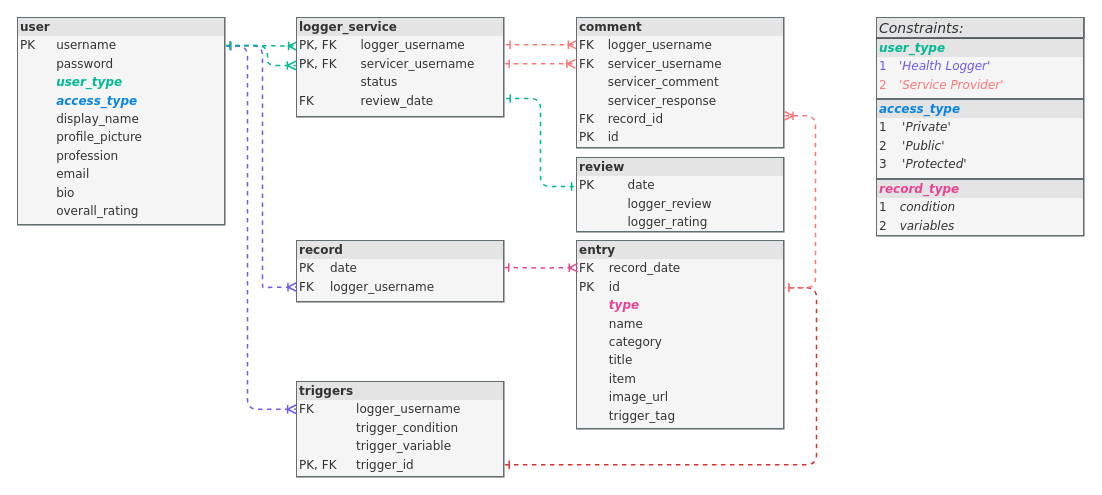
Earlier version of the draw.io diagram diagrams/database/database_tables_relationships - recordpk.drawio (mervin-njy/trigg-track-v2). Source tidied: cells renumbered, new cells numbered last; positions are measured from the earlier drawing's top-left corner, leaving out a move shared by most shapes. Both pictures are drawn from the tidied source at 100%, with x=0, y=0 at pixel (17, 17).
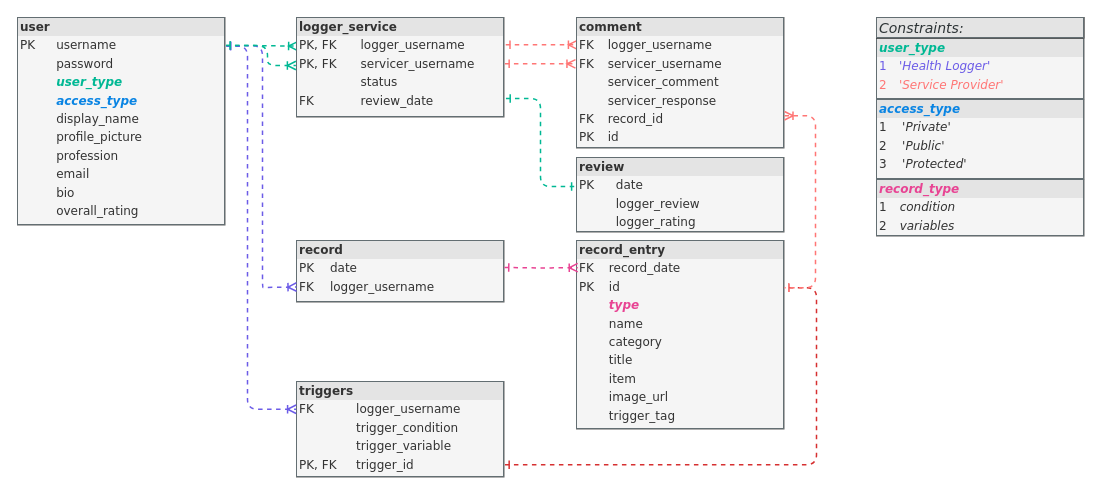
Above is the later version.

Commit message (it also covers changes not shown here):
update record + record_entry tables

What changed in the source:
```diff
@@
-    <mxCell id="4" value="&lt;div style=&quot;box-sizing: border-box ; width: 100% ; background: #e4e4e4 ; padding: 2px&quot;&gt;&lt;b&gt;review&lt;/b&gt;&lt;/div&gt;&lt;table style=&quot;width: 100% ; font-size: 1em&quot; cellpadding=&quot;2&quot; cellspacing=&quot;0&quot;&gt;&lt;tbody&gt;&lt;tr&gt;&lt;td&gt;PK&lt;/td&gt;&lt;td&gt;&lt;br&gt;&lt;/td&gt;&lt;td&gt;&lt;br&gt;&lt;/td&gt;&lt;td&gt;date&lt;/td&gt;&lt;/tr&gt;&lt;tr&gt;&lt;td&gt;&lt;br&gt;&lt;/td&gt;&lt;td&gt;&lt;br&gt;&lt;/td&gt;&lt;td&gt;&lt;br&gt;&lt;/td&gt;&lt;td&gt;logger_review&lt;br&gt;&lt;/td&gt;&lt;/tr&gt;&lt;tr&gt;&lt;td&gt;&lt;/td&gt;&lt;td&gt;&lt;br&gt;&lt;/td&gt;&lt;td&gt;&lt;br&gt;&lt;/td&gt;&lt;td&gt;logger_rating&lt;/td&gt;&lt;/tr&gt;&lt;/tbody&gt;&lt;/table&gt;" style="verticalAlign=top;align=left;overflow=fill;html=1;rounded=0;shadow=0;comic=0;labelBackgroundColor=none;strokeWidth=0.5;fontFamily=Verdana;fontSize=12;fillColor=#f5f5f5;strokeColor=#666666;fontColor=#333333;labelBorderColor=#636e72;" parent="1" vertex="1">
+    <mxCell id="4" value="&lt;div style=&quot;box-sizing: border-box ; width: 100% ; background: #e4e4e4 ; padding: 2px&quot;&gt;&lt;b&gt;review&lt;/b&gt;&lt;/div&gt;&lt;table style=&quot;width: 100% ; font-size: 1em&quot; cellpadding=&quot;2&quot; cellspacing=&quot;0&quot;&gt;&lt;tbody&gt;&lt;tr&gt;&lt;td&gt;PK&lt;/td&gt;&lt;td&gt;date&lt;/td&gt;&lt;/tr&gt;&lt;tr&gt;&lt;td&gt;&lt;br&gt;&lt;/td&gt;&lt;td&gt;logger_review&lt;br&gt;&lt;/td&gt;&lt;/tr&gt;&lt;tr&gt;&lt;td&gt;&lt;/td&gt;&lt;td&gt;logger_rating&lt;/td&gt;&lt;/tr&gt;&lt;/tbody&gt;&lt;/table&gt;" style="verticalAlign=top;align=left;overflow=fill;html=1;rounded=0;shadow=0;comic=0;labelBackgroundColor=none;strokeWidth=0.5;fontFamily=Verdana;fontSize=12;fillColor=#f5f5f5;strokeColor=#666666;fontColor=#333333;labelBorderColor=#636e72;" parent="1" vertex="1">
       <mxGeometry x="559" y="140" width="208" height="75" as="geometry" />
     </mxCell>
@@
-    <mxCell id="14" value="&lt;div style=&quot;box-sizing: border-box ; width: 100% ; background: #e4e4e4 ; padding: 2px&quot;&gt;&lt;b&gt;entry&lt;/b&gt;&lt;/div&gt;&lt;table style=&quot;width: 100% ; font-size: 1em&quot; cellpadding=&quot;2&quot; cellspacing=&quot;0&quot;&gt;&lt;tbody&gt;&lt;tr&gt;&lt;td&gt;FK&lt;/td&gt;&lt;td&gt;record_date&lt;/td&gt;&lt;/tr&gt;&lt;tr&gt;&lt;td&gt;PK&lt;/td&gt;&lt;td&gt;id&lt;/td&gt;&lt;/tr&gt;&lt;tr&gt;&lt;td&gt;&lt;br&gt;&lt;/td&gt;&lt;td&gt;&lt;i&gt;&lt;b&gt;&lt;font color=&quot;#e84393&quot;&gt;type&lt;/font&gt;&lt;/b&gt;&lt;/i&gt;&lt;br&gt;&lt;/td&gt;&lt;/tr&gt;&lt;tr&gt;&lt;td&gt;&lt;br&gt;&lt;/td&gt;&lt;td&gt;name&lt;/td&gt;&lt;/tr&gt;&lt;tr&gt;&lt;td&gt;&lt;br&gt;&lt;/td&gt;&lt;td&gt;category&lt;/td&gt;&lt;/tr&gt;&lt;tr&gt;&lt;td&gt;&lt;br&gt;&lt;/td&gt;&lt;td&gt;title&lt;/td&gt;&lt;/tr&gt;&lt;tr&gt;&lt;td&gt;&lt;br&gt;&lt;/td&gt;&lt;td&gt;item&lt;br&gt;&lt;/td&gt;&lt;/tr&gt;&lt;tr&gt;&lt;td&gt;&lt;/td&gt;&lt;td&gt;image_url&amp;nbsp; &amp;nbsp; &amp;nbsp; &amp;nbsp; &amp;nbsp; &amp;nbsp; &amp;nbsp;&lt;/td&gt;&lt;/tr&gt;&lt;tr&gt;&lt;td&gt;&lt;br&gt;&lt;/td&gt;&lt;td&gt;trigger_tag&lt;/td&gt;&lt;/tr&gt;&lt;/tbody&gt;&lt;/table&gt;" style="verticalAlign=top;align=left;overflow=fill;html=1;rounded=0;shadow=0;comic=0;labelBackgroundColor=none;strokeWidth=0.5;fontFamily=Verdana;fontSize=12;fillColor=#f5f5f5;strokeColor=#666666;fontColor=#333333;labelBorderColor=#636e72;" parent="1" vertex="1">
+    <mxCell id="14" value="&lt;div style=&quot;box-sizing: border-box ; width: 100% ; background: #e4e4e4 ; padding: 2px&quot;&gt;&lt;b&gt;record_entry&lt;/b&gt;&lt;/div&gt;&lt;table style=&quot;width: 100% ; font-size: 1em&quot; cellpadding=&quot;2&quot; cellspacing=&quot;0&quot;&gt;&lt;tbody&gt;&lt;tr&gt;&lt;td&gt;FK&lt;/td&gt;&lt;td&gt;record_date&lt;/td&gt;&lt;/tr&gt;&lt;tr&gt;&lt;td&gt;PK&lt;/td&gt;&lt;td&gt;id&lt;/td&gt;&lt;/tr&gt;&lt;tr&gt;&lt;td&gt;&lt;br&gt;&lt;/td&gt;&lt;td&gt;&lt;i&gt;&lt;b&gt;&lt;font color=&quot;#e84393&quot;&gt;type&lt;/font&gt;&lt;/b&gt;&lt;/i&gt;&lt;br&gt;&lt;/td&gt;&lt;/tr&gt;&lt;tr&gt;&lt;td&gt;&lt;br&gt;&lt;/td&gt;&lt;td&gt;name&lt;/td&gt;&lt;/tr&gt;&lt;tr&gt;&lt;td&gt;&lt;br&gt;&lt;/td&gt;&lt;td&gt;category&lt;/td&gt;&lt;/tr&gt;&lt;tr&gt;&lt;td&gt;&lt;br&gt;&lt;/td&gt;&lt;td&gt;title&lt;/td&gt;&lt;/tr&gt;&lt;tr&gt;&lt;td&gt;&lt;br&gt;&lt;/td&gt;&lt;td&gt;item&lt;br&gt;&lt;/td&gt;&lt;/tr&gt;&lt;tr&gt;&lt;td&gt;&lt;/td&gt;&lt;td&gt;image_url&amp;nbsp; &amp;nbsp; &amp;nbsp; &amp;nbsp; &amp;nbsp; &amp;nbsp; &amp;nbsp;&lt;/td&gt;&lt;/tr&gt;&lt;tr&gt;&lt;td&gt;&lt;br&gt;&lt;/td&gt;&lt;td&gt;trigger_tag&lt;/td&gt;&lt;/tr&gt;&lt;/tbody&gt;&lt;/table&gt;" style="verticalAlign=top;align=left;overflow=fill;html=1;rounded=0;shadow=0;comic=0;labelBackgroundColor=none;strokeWidth=0.5;fontFamily=Verdana;fontSize=12;fillColor=#f5f5f5;strokeColor=#666666;fontColor=#333333;labelBorderColor=#636e72;" parent="1" vertex="1">
       <mxGeometry x="559" y="222.9" width="208" height="189.1" as="geometry" />
     </mxCell>
```
